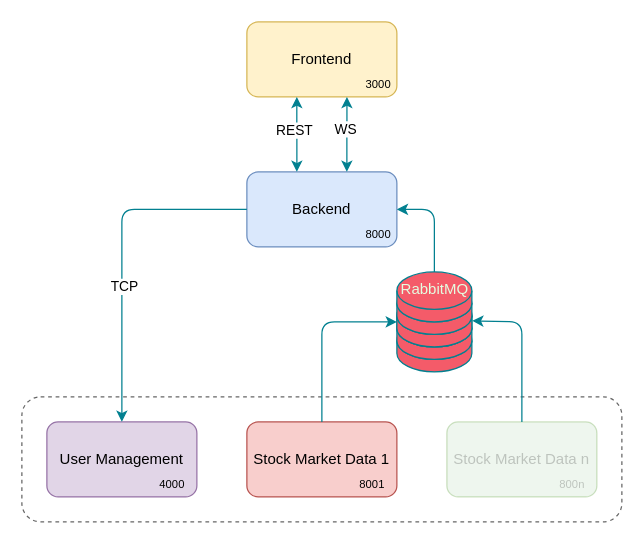
The draw.io diagram docs/diagram.drawio in phmz/techclub-microservices, before the edit. Source tidied: cells renumbered, new cells numbered last; positions are measured from the earlier drawing's top-left corner, leaving out a move shared by most shapes. Both pictures are drawn from the tidied source at 125%, with x=0, y=0 at pixel (21, 21).
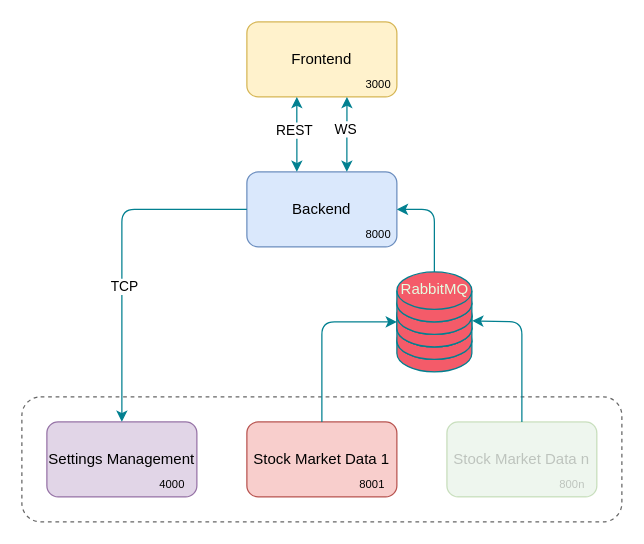
The same diagram, later.

Diff of the diagram source:
```diff
@@
-    <mxCell id="4" value="User Management" style="rounded=1;whiteSpace=wrap;html=1;fillColor=#e1d5e7;strokeColor=#9673a6;" parent="1" vertex="1">
+    <mxCell id="4" value="Settings Management" style="rounded=1;whiteSpace=wrap;html=1;fillColor=#e1d5e7;strokeColor=#9673a6;" parent="1" vertex="1">
       <mxGeometry x="20" y="320" width="120" height="60" as="geometry" />
     </mxCell>
```
